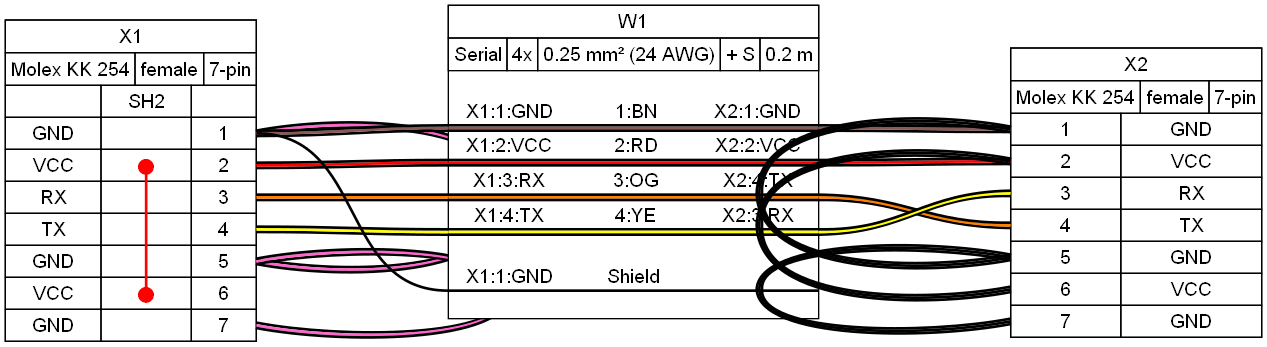
wireviz/WireViz keeps this Graphviz diagram as examples/ex16.png. Above is the earlier version. Its source is kept beside it as examples/ex16.gv.
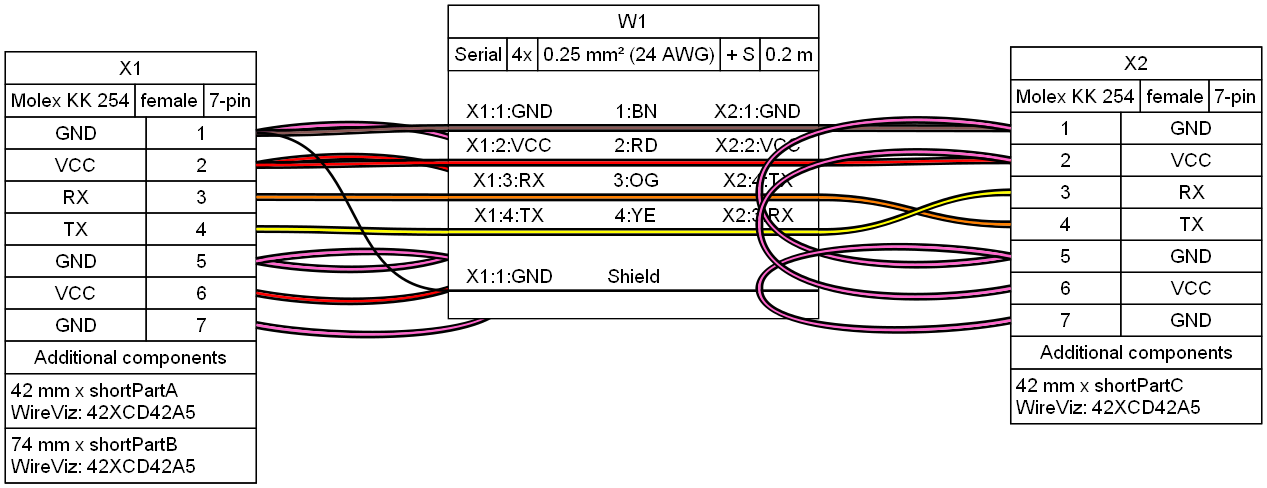
Later version of the same file.

The edit, as a diff of the source:
```diff
@@ -2,11 +2,6 @@
 	graph [bgcolor="#FFFFFF" fontname=arial nodesep=0.33 rankdir=LR ranksep=2]
 	node [fillcolor="#FFFFFF" fontname=arial height=0 margin=0 shape=none style=filled width=0]
 	edge [fontname=arial style=bold]
-	edge [color="#000000:#FF66CC:#000000"]
-	X1:p1r:e -- X1:p5r:e
-	X1:p5r:e -- X1:p7r:e
-	edge [color="#FF0000" headclip=false style="solid,bold" tailclip=false]
-	X1:p2j:c -- X1:p6j:c [straight=straight]
 	edge [headclip=true style=bold tailclip=true]
 	X1 [label=<
 <table border="0" cellspacing="0" cellpadding="0">
@@ -25,54 +20,57 @@
  <tr><td>
   <table border="0" cellspacing="0" cellpadding="3" cellborder="1">
    <tr>
-    <td></td>
-    <td>SH2</td>
-    <td></td>
-   </tr>
-   <tr>
     <td>GND</td>
-    <td></td>
     <td port="p1r">1</td>
    </tr>
    <tr>
     <td>VCC</td>
-    <td  port="p2J"><FONT FACE="Sans" POINT-SIZE="12.0" COLOR="#FF0000">&#11044;</FONT></td>
     <td port="p2r">2</td>
    </tr>
    <tr>
     <td>RX</td>
-    <td></td>
     <td port="p3r">3</td>
    </tr>
    <tr>
     <td>TX</td>
-    <td></td>
     <td port="p4r">4</td>
    </tr>
    <tr>
     <td>GND</td>
-    <td></td>
     <td port="p5r">5</td>
    </tr>
    <tr>
     <td>VCC</td>
-    <td  port="p6J"><FONT FACE="Sans" POINT-SIZE="12.0" COLOR="#FF0000">&#11044;</FONT></td>
     <td port="p6r">6</td>
    </tr>
    <tr>
     <td>GND</td>
-    <td></td>
     <td port="p7r">7</td>
    </tr>
   </table>
  </td></tr>
+ <tr><td>
+  <table border="0" cellspacing="0" cellpadding="3" cellborder="1"><tr>
+   <td balign="left">Additional components</td>
+  </tr></table>
+ </td></tr>
+ <tr><td>
+  <table border="0" cellspacing="0" cellpadding="3" cellborder="1"><tr>
+   <td align="left" balign="left">42 mm x shortPartA<br/>WireViz: 42XCD42A5</td>
+  </tr></table>
+ </td></tr>
+ <tr><td>
+  <table border="0" cellspacing="0" cellpadding="3" cellborder="1"><tr>
+   <td align="left" balign="left">74 mm x shortPartB<br/>WireViz: 42XCD42A5</td>
+  </tr></table>
+ </td></tr>
 </table>
 > fillcolor="#FFFFFF" shape=box style=filled]
-	edge [color="#000000:#000000:#000000"]
-	X2:p1l:w -- X2:p5l:w
-	X2:p5l:w -- X2:p7l:w
-	edge [color="#000000:#000000:#000000"]
-	X2:p2l:w -- X2:p6l:w
+	edge [color="#000000:#FF66CC:#000000"]
+	X1:p1r:e -- X1:p5r:e
+	X1:p5r:e -- X1:p7r:e
+	edge [color="#000000:#FF0000:#000000"]
+	X1:p2r:e -- X1:p6r:e
 	edge [headclip=true style=bold tailclip=true]
 	X2 [label=<
 <table border="0" cellspacing="0" cellpadding="0">
@@ -120,8 +118,23 @@
    </tr>
   </table>
  </td></tr>
+ <tr><td>
+  <table border="0" cellspacing="0" cellpadding="3" cellborder="1"><tr>
+   <td balign="left">Additional components</td>
+  </tr></table>
+ </td></tr>
+ <tr><td>
+  <table border="0" cellspacing="0" cellpadding="3" cellborder="1"><tr>
+   <td align="left" balign="left">42 mm x shortPartC<br/>WireViz: 42XCD42A5</td>
+  </tr></table>
+ </td></tr>
 </table>
 > fillcolor="#FFFFFF" shape=box style=filled]
+	edge [color="#000000:#FF66CC:#000000"]
+	X2:p1l:w -- X2:p5l:w
+	X2:p5l:w -- X2:p7l:w
+	edge [color="#000000:#FF66CC:#000000"]
+	X2:p2l:w -- X2:p6l:w
 	edge [color="#000000:#895956:#000000"]
 	X1:p1r:e -- W1:w1:w
 	W1:w1:e -- X2:p1l:w
```
